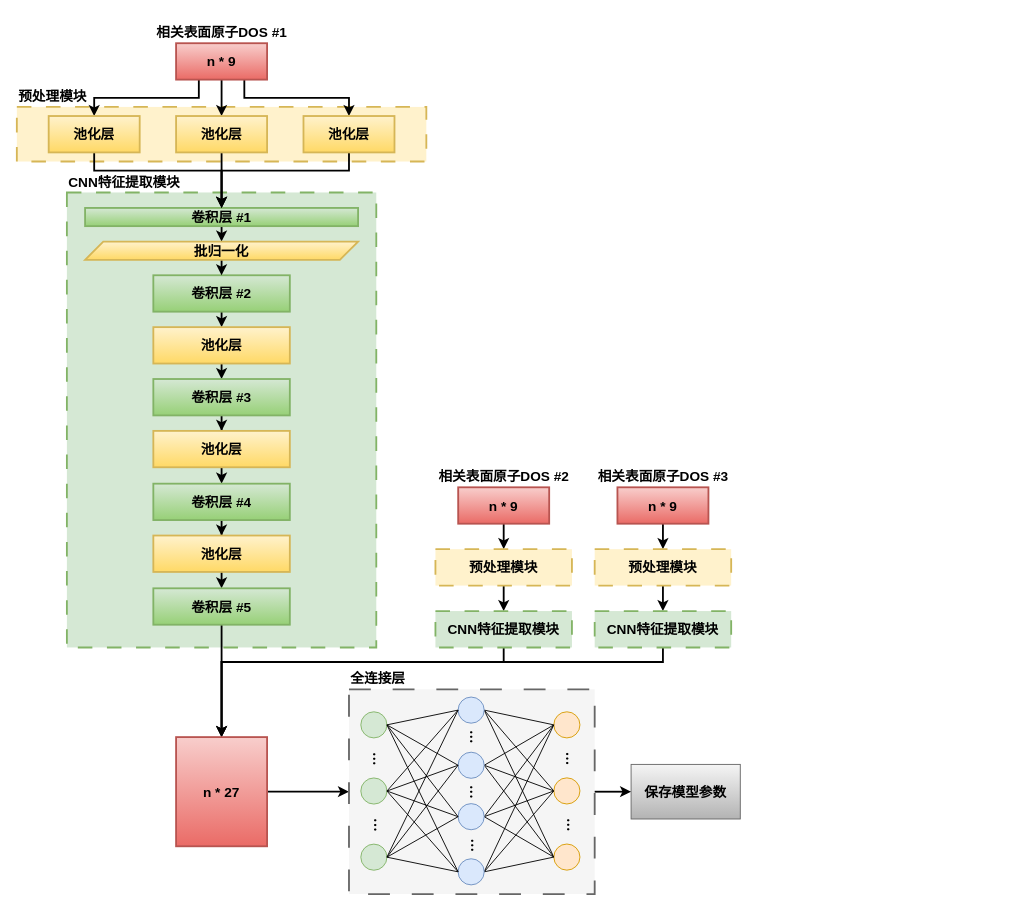
The draw.io diagram DOS-CNN.drawio in 2896498573/Redgon, before the edit. Source tidied: cells renumbered, new cells numbered last; positions are measured from the earlier drawing's top-left corner, leaving out a move shared by most shapes. Both pictures are drawn from the tidied source at 91%, with x=0, y=0 at pixel (16, 15).
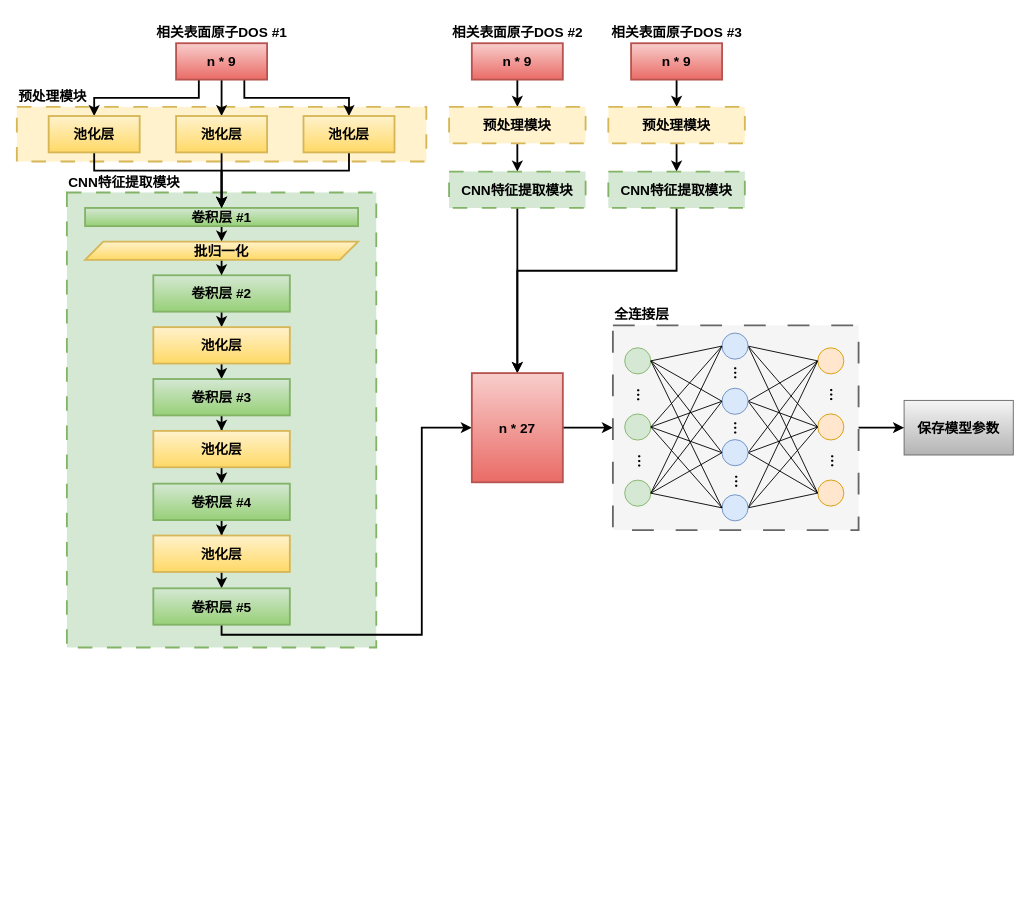
Above is the later version.

Unchanged cells that the change refers to:
```xml
<mxCell id="32" value="卷积层 #5" style="rounded=0;whiteSpace=wrap;html=1;fontSize=15;strokeWidth=2;fillColor=#d5e8d4;strokeColor=#82b366;gradientColor=#97d077;labelBorderColor=none;fontStyle=1;" parent="1" vertex="1">
  <mxGeometry x="150" y="629" width="150" height="40" as="geometry" />
</mxCell>
<mxCell id="52" style="rounded=0;whiteSpace=wrap;html=1;dashed=1;dashPattern=12 12;strokeWidth=2;fillColor=#f5f5f5;fontColor=#333333;strokeColor=#666666;direction=east;labelBorderColor=none;fontSize=15;fontStyle=1;" parent="51" vertex="1">
  <mxGeometry y="30" width="270" height="225" as="geometry" />
</mxCell>
```

What changed in the source:
```diff
@@
-    <mxCell id="31" style="edgeStyle=orthogonalEdgeStyle;rounded=0;jettySize=auto;html=1;exitX=0.5;exitY=1;exitDx=0;exitDy=0;entryX=0.5;entryY=0;entryDx=0;entryDy=0;strokeWidth=2;" parent="1" edge="1" source="32" target="50">
-      <mxGeometry relative="1" as="geometry" />
+    <mxCell id="31" style="edgeStyle=orthogonalEdgeStyle;rounded=0;jettySize=auto;html=1;exitX=0.5;exitY=1;exitDx=0;exitDy=0;entryX=0;entryY=0.5;entryDx=0;entryDy=0;strokeWidth=2;" parent="1" edge="1" source="32" target="50">
+      <mxGeometry relative="1" as="geometry">
+        <Array as="points">
+          <mxPoint x="225" y="680" />
+          <mxPoint x="445" y="680" />
+          <mxPoint x="445" y="453" />
+        </Array>
+      </mxGeometry>
     </mxCell>
@@
     <mxCell id="35" value="&lt;font style=&quot;font-size: 15px;&quot;&gt;n * 9&lt;/font&gt;" style="rounded=0;whiteSpace=wrap;html=1;fontSize=15;strokeWidth=2;fillColor=#f8cecc;strokeColor=#b85450;gradientColor=#ea6b66;labelBorderColor=none;fontStyle=1;" parent="1" vertex="1">
-      <mxGeometry x="485" y="518" width="100" height="40" as="geometry" />
+      <mxGeometry x="500" y="30" width="100" height="40" as="geometry" />
     </mxCell>
@@
     <mxCell id="37" value="预处理模块" style="rounded=0;whiteSpace=wrap;html=1;dashed=1;dashPattern=8 8;fontSize=15;glass=0;strokeWidth=2;fillColor=#fff2cc;strokeColor=#d6b656;labelBorderColor=none;fontStyle=1;" parent="1" vertex="1">
-      <mxGeometry x="460" y="586" width="150" height="40" as="geometry" />
+      <mxGeometry x="475" y="100" width="150" height="40" as="geometry" />
     </mxCell>
     <mxCell id="38" style="edgeStyle=orthogonalEdgeStyle;rounded=0;jettySize=auto;html=1;exitX=0.5;exitY=1;exitDx=0;exitDy=0;entryX=0.5;entryY=0;entryDx=0;entryDy=0;strokeWidth=2;" parent="1" edge="1" source="39" target="50">
-      <mxGeometry relative="1" as="geometry">
-        <Array as="points">
-          <mxPoint x="535" y="710" />
-          <mxPoint x="225" y="710" />
-        </Array>
-      </mxGeometry>
+      <mxGeometry relative="1" as="geometry" />
     </mxCell>
     <mxCell id="39" value="CNN特征提取模块" style="rounded=0;whiteSpace=wrap;html=1;dashed=1;dashPattern=8 8;fontSize=15;glass=0;strokeWidth=2;fillColor=#d5e8d4;strokeColor=#82b366;labelBorderColor=none;fontStyle=1;" parent="1" vertex="1">
-      <mxGeometry x="460" y="654" width="150" height="40" as="geometry" />
+      <mxGeometry x="475" y="171" width="150" height="40" as="geometry" />
     </mxCell>
@@
     <mxCell id="41" value="&lt;font style=&quot;font-size: 15px;&quot;&gt;n * 9&lt;/font&gt;" style="rounded=0;whiteSpace=wrap;html=1;fontSize=15;strokeWidth=2;fillColor=#f8cecc;strokeColor=#b85450;gradientColor=#ea6b66;labelBorderColor=none;fontStyle=1;" parent="1" vertex="1">
-      <mxGeometry x="660" y="518" width="100" height="40" as="geometry" />
+      <mxGeometry x="675" y="30" width="100" height="40" as="geometry" />
     </mxCell>
@@
     <mxCell id="43" value="预处理模块" style="rounded=0;whiteSpace=wrap;html=1;dashed=1;dashPattern=8 8;fontSize=15;glass=0;strokeWidth=2;fillColor=#fff2cc;strokeColor=#d6b656;labelBorderColor=none;fontStyle=1;" parent="1" vertex="1">
-      <mxGeometry x="635" y="586" width="150" height="40" as="geometry" />
+      <mxGeometry x="650" y="100" width="150" height="40" as="geometry" />
     </mxCell>
-    <mxCell id="44" style="edgeStyle=orthogonalEdgeStyle;rounded=0;jettySize=auto;html=1;exitX=0.5;exitY=1;exitDx=0;exitDy=0;entryX=0.5;entryY=0;entryDx=0;entryDy=0;strokeWidth=2;" parent="1" edge="1" source="45" target="50">
+    <mxCell id="44" style="edgeStyle=orthogonalEdgeStyle;rounded=0;jettySize=auto;html=1;exitX=0.5;exitY=1;exitDx=0;exitDy=0;strokeWidth=2;" parent="1" edge="1" source="45" target="50">
       <mxGeometry relative="1" as="geometry">
         <Array as="points">
-          <mxPoint x="710" y="710" />
-          <mxPoint x="225" y="710" />
+          <mxPoint x="725" y="280" />
+          <mxPoint x="550" y="280" />
         </Array>
       </mxGeometry>
     </mxCell>
     <mxCell id="45" value="CNN特征提取模块" style="rounded=0;whiteSpace=wrap;html=1;dashed=1;dashPattern=8 8;fontSize=15;glass=0;strokeWidth=2;fillColor=#d5e8d4;strokeColor=#82b366;labelBorderColor=none;fontStyle=1;" parent="1" vertex="1">
-      <mxGeometry x="635" y="654" width="150" height="40" as="geometry" />
+      <mxGeometry x="650" y="171" width="150" height="40" as="geometry" />
     </mxCell>
@@
     <mxCell id="47" value="相关表面原子DOS #2" style="text;html=1;align=center;verticalAlign=bottom;strokeColor=none;fillColor=none;fontSize=15;strokeWidth=2;labelBorderColor=none;fontStyle=1;" parent="1" vertex="1">
-      <mxGeometry x="450" y="488" width="170" height="30" as="geometry" />
+      <mxGeometry x="465" width="170" height="30" as="geometry" />
     </mxCell>
     <mxCell id="48" value="相关表面原子DOS #3" style="text;html=1;align=center;verticalAlign=bottom;strokeColor=none;fillColor=none;fontSize=15;strokeWidth=2;labelBorderColor=none;fontStyle=1;" parent="1" vertex="1">
-      <mxGeometry x="625" y="488" width="170" height="30" as="geometry" />
+      <mxGeometry x="640" width="170" height="30" as="geometry" />
     </mxCell>
-    <mxCell id="49" style="edgeStyle=orthogonalEdgeStyle;rounded=0;jettySize=auto;html=1;exitX=1;exitY=0.5;exitDx=0;exitDy=0;entryX=0;entryY=0.5;entryDx=0;entryDy=0;strokeWidth=2;labelBorderColor=none;fontSize=15;fontStyle=1;" parent="1" edge="1" source="50" target="52">
+    <mxCell id="49" style="edgeStyle=orthogonalEdgeStyle;rounded=0;jettySize=auto;html=1;exitX=1;exitY=0.5;exitDx=0;exitDy=0;entryX=0;entryY=0.5;entryDx=0;entryDy=0;strokeWidth=2;" parent="1" edge="1" source="50" target="52">
       <mxGeometry relative="1" as="geometry" />
     </mxCell>
     <mxCell id="50" value="&lt;font style=&quot;font-size: 15px;&quot;&gt;n * 27&lt;/font&gt;" style="rounded=0;whiteSpace=wrap;html=1;fontSize=15;strokeWidth=2;fillColor=#f8cecc;strokeColor=#b85450;gradientColor=#ea6b66;labelBorderColor=none;fontStyle=1;" parent="1" vertex="1">
-      <mxGeometry x="175" y="792.5" width="100" height="120" as="geometry" />
+      <mxGeometry x="500" y="392.5" width="100" height="120" as="geometry" />
     </mxCell>
     <mxCell id="51" style="group;labelBorderColor=none;fontSize=15;fontStyle=1;" parent="1" vertex="1">
-      <mxGeometry x="365" y="710" width="270" height="255" as="geometry" />
+      <mxGeometry x="655" y="310" width="270" height="255" as="geometry" />
     </mxCell>
@@
     <mxCell id="97" value="&lt;font style=&quot;font-size: 15px;&quot;&gt;保存模型参数&lt;/font&gt;" style="rounded=0;whiteSpace=wrap;html=1;fillColor=#f5f5f5;gradientColor=#b3b3b3;strokeColor=#666666;labelBorderColor=none;fontSize=15;fontStyle=1;" parent="1" vertex="1">
-      <mxGeometry x="675" y="822.5" width="120" height="60" as="geometry" />
+      <mxGeometry x="975" y="422.5" width="120" height="60" as="geometry" />
     </mxCell>
```
